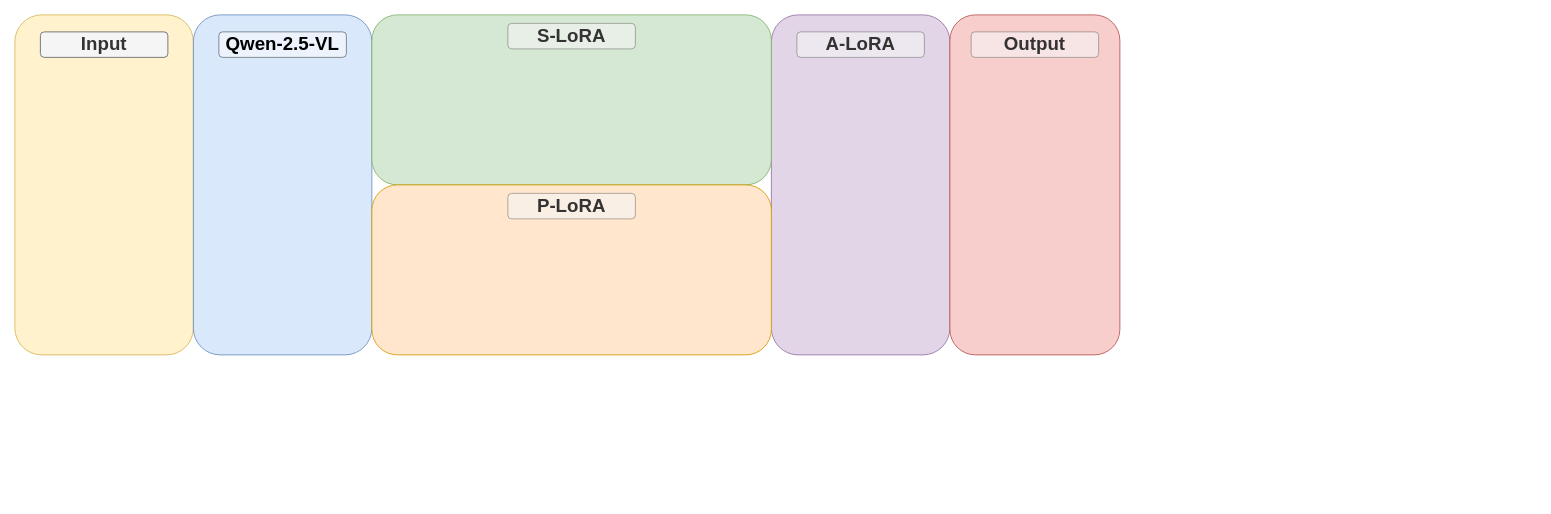
Earlier version of the draw.io diagram page "第 1 页" (1 of 5) of new.drawio (davidclose322/davidclose). Source tidied: cells renumbered, new cells numbered last; positions are measured from the earlier drawing's top-left corner, leaving out a move shared by most shapes. Both pictures are drawn from the tidied source at 85%, with x=0, y=0 at pixel (14, 14). Pictures stored in the file or linked from it are replaced by grey dashed boxes.
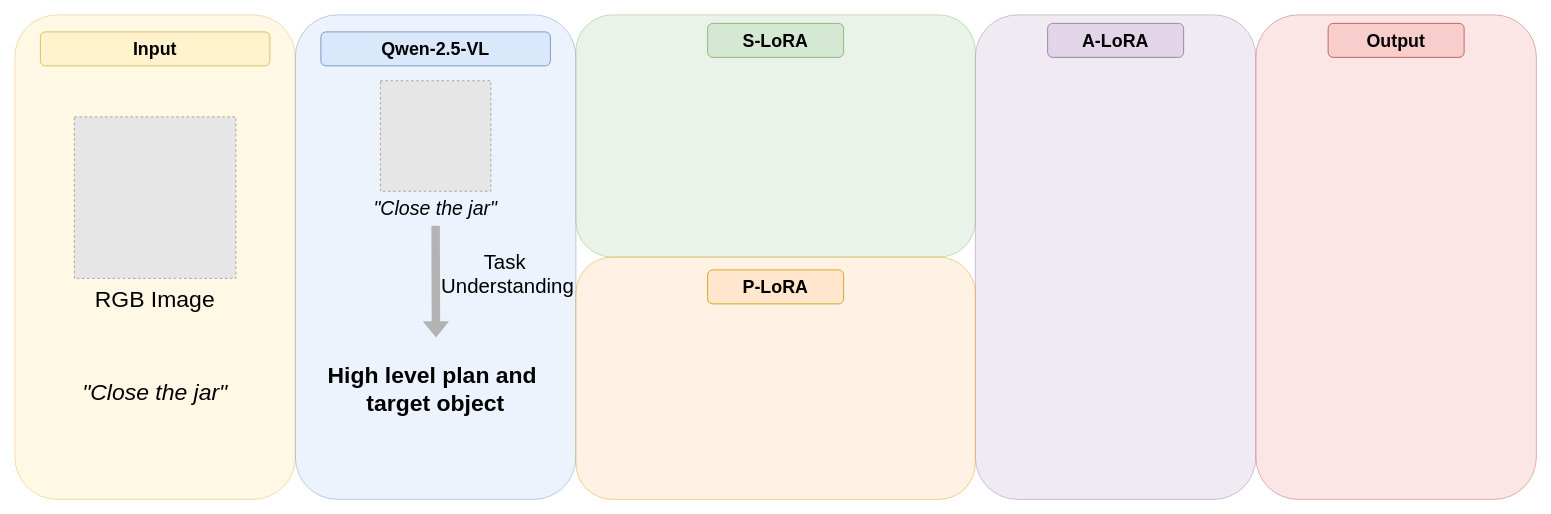
The same diagram, later.

Diff of the diagram source:
```diff
@@
-    <mxCell id="2" style="rounded=1;whiteSpace=wrap;html=1;fillColor=#fff2cc;strokeColor=#d6b656;" parent="1" vertex="1">
-      <mxGeometry width="210" height="400" as="geometry" />
+    <mxCell id="2" style="rounded=1;whiteSpace=wrap;html=1;fillColor=#fff2cc;strokeColor=#d6b656;opacity=50;" parent="1" vertex="1">
+      <mxGeometry width="330" height="570" as="geometry" />
     </mxCell>
-    <mxCell id="3" style="rounded=1;whiteSpace=wrap;html=1;fillColor=#e1d5e7;strokeColor=#9673a6;" parent="1" vertex="1">
-      <mxGeometry x="890" width="210" height="400" as="geometry" />
+    <mxCell id="3" style="rounded=1;whiteSpace=wrap;html=1;fillColor=#e1d5e7;strokeColor=#9673a6;opacity=50;" parent="1" vertex="1">
+      <mxGeometry x="1130" width="330" height="570" as="geometry" />
     </mxCell>
-    <mxCell id="4" style="rounded=1;whiteSpace=wrap;html=1;fillColor=#dae8fc;strokeColor=#6c8ebf;gradientDirection=radial;" parent="1" vertex="1">
-      <mxGeometry x="210" width="210" height="400" as="geometry" />
+    <mxCell id="4" style="rounded=1;whiteSpace=wrap;html=1;fillColor=#dae8fc;strokeColor=#6c8ebf;gradientDirection=radial;opacity=50;" parent="1" vertex="1">
+      <mxGeometry x="330" width="330" height="570" as="geometry" />
     </mxCell>
-    <mxCell id="5" style="rounded=1;whiteSpace=wrap;html=1;fillColor=#d5e8d4;strokeColor=#82b366;" parent="1" vertex="1">
-      <mxGeometry x="420" width="470" height="200" as="geometry" />
+    <mxCell id="5" style="rounded=1;whiteSpace=wrap;html=1;fillColor=#d5e8d4;strokeColor=#82b366;opacity=50;" parent="1" vertex="1">
+      <mxGeometry x="660" width="470" height="285" as="geometry" />
     </mxCell>
-    <mxCell id="6" style="rounded=1;whiteSpace=wrap;html=1;fillColor=#ffe6cc;strokeColor=#d79b00;" parent="1" vertex="1">
-      <mxGeometry x="420" y="200" width="470" height="200" as="geometry" />
+    <mxCell id="6" style="rounded=1;whiteSpace=wrap;html=1;fillColor=#ffe6cc;strokeColor=#d79b00;opacity=50;" parent="1" vertex="1">
+      <mxGeometry x="660" y="285" width="470" height="285" as="geometry" />
     </mxCell>
-    <mxCell id="7" style="rounded=1;whiteSpace=wrap;html=1;fillColor=#f8cecc;strokeColor=#b85450;" parent="1" vertex="1">
-      <mxGeometry x="1100" width="200" height="400" as="geometry" />
+    <mxCell id="7" style="rounded=1;whiteSpace=wrap;html=1;fillColor=#f8cecc;strokeColor=#b85450;opacity=50;" parent="1" vertex="1">
+      <mxGeometry x="1460" width="330" height="570" as="geometry" />
     </mxCell>
-    <mxCell id="8" value="&lt;font style=&quot;font-size: 22px;&quot;&gt;&lt;b&gt;Input&lt;/b&gt;&lt;/font&gt;" style="rounded=1;whiteSpace=wrap;html=1;fillColor=#f5f5f5;strokeColor=#666666;fontColor=#333333;" parent="1" vertex="1">
-      <mxGeometry x="30" y="20" width="150" height="30" as="geometry" />
+    <mxCell id="8" value="&lt;font style=&quot;font-size: 21px;&quot;&gt;&lt;b style=&quot;&quot;&gt;Input&lt;/b&gt;&lt;/font&gt;" style="rounded=1;whiteSpace=wrap;html=1;fillColor=#fff2cc;strokeColor=#d6b656;" parent="1" vertex="1">
+      <mxGeometry x="30" y="20" width="270" height="40" as="geometry" />
     </mxCell>
-    <mxCell id="9" value="&lt;font style=&quot;font-size: 22px;&quot;&gt;&lt;b&gt;A-LoRA&lt;/b&gt;&lt;/font&gt;" style="rounded=1;whiteSpace=wrap;html=1;fillColor=#f5f5f5;strokeColor=#666666;fontColor=#333333;opacity=60;" parent="1" vertex="1">
-      <mxGeometry x="920" y="20" width="150" height="30" as="geometry" />
+    <mxCell id="9" value="&lt;font style=&quot;font-size: 21px;&quot;&gt;&lt;b style=&quot;&quot;&gt;A-LoRA&lt;/b&gt;&lt;/font&gt;" style="rounded=1;whiteSpace=wrap;html=1;fillColor=#e1d5e7;strokeColor=#9673a6;" parent="1" vertex="1">
+      <mxGeometry x="1215" y="10" width="160" height="40" as="geometry" />
     </mxCell>
-    <mxCell id="10" value="&lt;font style=&quot;font-size: 22px;&quot;&gt;&lt;b&gt;Output&lt;/b&gt;&lt;/font&gt;" style="rounded=1;whiteSpace=wrap;html=1;fillColor=#f5f5f5;strokeColor=#666666;fontColor=#333333;opacity=60;" parent="1" vertex="1">
-      <mxGeometry x="1125" y="20" width="150" height="30" as="geometry" />
+    <mxCell id="10" value="&lt;font style=&quot;font-size: 21px;&quot;&gt;&lt;b style=&quot;&quot;&gt;Output&lt;/b&gt;&lt;/font&gt;" style="rounded=1;whiteSpace=wrap;html=1;fillColor=#f8cecc;strokeColor=#b85450;" parent="1" vertex="1">
+      <mxGeometry x="1545" y="10" width="160" height="40" as="geometry" />
     </mxCell>
-    <mxCell id="11" value="&lt;font style=&quot;font-size: 22px;&quot;&gt;&lt;b&gt;Qwen-2.5-VL&lt;/b&gt;&lt;/font&gt;" style="rounded=1;whiteSpace=wrap;html=1;opacity=50;" parent="1" vertex="1">
-      <mxGeometry x="240" y="20" width="150" height="30" as="geometry" />
+    <mxCell id="11" value="&lt;font style=&quot;font-size: 21px;&quot;&gt;&lt;b style=&quot;&quot;&gt;Qwen-2.5-VL&lt;/b&gt;&lt;/font&gt;" style="rounded=1;whiteSpace=wrap;html=1;fillColor=#dae8fc;strokeColor=#6c8ebf;" parent="1" vertex="1">
+      <mxGeometry x="360" y="20" width="270" height="40" as="geometry" />
     </mxCell>
-    <mxCell id="12" value="&lt;font style=&quot;font-size: 22px;&quot;&gt;&lt;b&gt;S-LoRA&lt;/b&gt;&lt;/font&gt;" style="rounded=1;whiteSpace=wrap;html=1;fillColor=#f5f5f5;strokeColor=#666666;fontColor=#333333;opacity=60;" parent="1" vertex="1">
-      <mxGeometry x="580" y="10" width="150" height="30" as="geometry" />
+    <mxCell id="12" value="&lt;font style=&quot;font-size: 21px;&quot;&gt;&lt;b style=&quot;&quot;&gt;S-LoRA&lt;/b&gt;&lt;/font&gt;" style="rounded=1;whiteSpace=wrap;html=1;fillColor=#d5e8d4;strokeColor=#82b366;" parent="1" vertex="1">
+      <mxGeometry x="815" y="10" width="160" height="40" as="geometry" />
     </mxCell>
-    <mxCell id="13" value="&lt;font style=&quot;font-size: 22px;&quot;&gt;&lt;b&gt;P-LoRA&lt;/b&gt;&lt;/font&gt;" style="rounded=1;whiteSpace=wrap;html=1;fillColor=#f5f5f5;strokeColor=#666666;fontColor=#333333;opacity=60;" parent="1" vertex="1">
-      <mxGeometry x="580" y="210" width="150" height="30" as="geometry" />
+    <mxCell id="13" value="&lt;font style=&quot;font-size: 21px;&quot;&gt;&lt;b style=&quot;&quot;&gt;P-LoRA&lt;/b&gt;&lt;/font&gt;" style="rounded=1;whiteSpace=wrap;html=1;fillColor=#ffe6cc;strokeColor=#d79b00;" parent="1" vertex="1">
+      <mxGeometry x="815" y="300" width="160" height="40" as="geometry" />
     </mxCell>
+    <mxCell id="14" style="fillColor=#E6E6E6;strokeColor=#999999;dashed=1;verticalLabelPosition=bottom;labelBackgroundColor=default;verticalAlign=top;" parent="1" vertex="1">
+      <mxGeometry x="70" y="120" width="190" height="190" as="geometry" />
+    </mxCell>
+    <mxCell id="15" value="&lt;font style=&quot;font-size: 27px;&quot;&gt;RGB Image&lt;/font&gt;" style="text;html=1;whiteSpace=wrap;strokeColor=none;fillColor=none;align=center;verticalAlign=middle;rounded=0;" parent="1" vertex="1">
+      <mxGeometry x="85" y="310" width="160" height="50" as="geometry" />
+    </mxCell>
+    <mxCell id="16" value="&lt;font style=&quot;font-size: 27px;&quot;&gt;&lt;i style=&quot;&quot;&gt;&quot;Close the jar&quot;&lt;/i&gt;&lt;/font&gt;" style="text;html=1;whiteSpace=wrap;strokeColor=none;fillColor=none;align=center;verticalAlign=middle;rounded=0;" parent="1" vertex="1">
+      <mxGeometry x="70" y="420" width="190" height="50" as="geometry" />
+    </mxCell>
+    <mxCell id="17" style="fillColor=#E6E6E6;strokeColor=#999999;dashed=1;verticalLabelPosition=bottom;labelBackgroundColor=default;verticalAlign=top;" parent="1" vertex="1">
+      <mxGeometry x="430" y="77.5" width="130" height="130" as="geometry" />
+    </mxCell>
+    <mxCell id="18" value="&lt;font style=&quot;font-size: 23px;&quot;&gt;&lt;i style=&quot;&quot;&gt;&quot;Close the jar&quot;&lt;/i&gt;&lt;/font&gt;" style="text;html=1;whiteSpace=wrap;strokeColor=none;fillColor=none;align=center;verticalAlign=middle;rounded=0;" parent="1" vertex="1">
+      <mxGeometry x="410" y="207.5" width="170" height="40" as="geometry" />
+    </mxCell>
+    <mxCell id="19" style="shape=flexArrow;endArrow=classic;html=1;rounded=0;exitX=0.5;exitY=1;exitDx=0;exitDy=0;fillColor=#B3B3B3;strokeColor=none;" parent="1" edge="1" source="18">
+      <mxGeometry relative="1" as="geometry">
+        <mxPoint x="495.4" y="380" as="targetPoint" />
+      </mxGeometry>
+    </mxCell>
+    <mxCell id="20" value="&lt;font style=&quot;font-size: 27px;&quot;&gt;&lt;b&gt;High level plan and&amp;nbsp;&lt;/b&gt;&lt;/font&gt;&lt;div&gt;&lt;font style=&quot;font-size: 27px;&quot;&gt;&lt;b&gt;target object&lt;/b&gt;&lt;/font&gt;&lt;/div&gt;" style="text;html=1;whiteSpace=wrap;strokeColor=none;fillColor=none;align=center;verticalAlign=middle;rounded=0;" parent="1" vertex="1">
+      <mxGeometry x="355" y="400" width="280" height="80" as="geometry" />
+    </mxCell>
+    <mxCell id="21" value="Task&amp;nbsp;&lt;div&gt;Understanding&lt;/div&gt;" style="text;html=1;whiteSpace=wrap;strokeColor=none;fillColor=none;align=center;verticalAlign=middle;rounded=0;fontSize=24;" parent="1" vertex="1">
+      <mxGeometry x="490" y="270" width="180" height="70" as="geometry" />
+    </mxCell>
```
